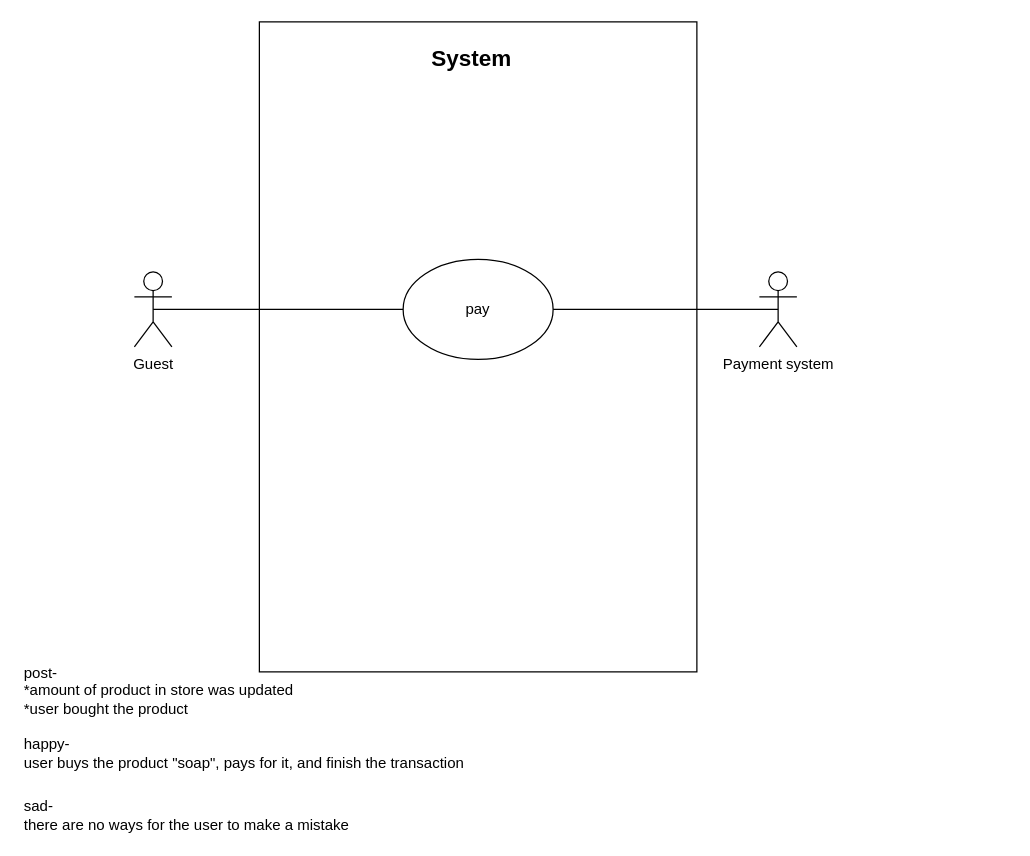
The draw.io diagram page "Immediate purchase" (2 of 5) of use cases/use case 2.9.drawio in LevyIfta/Team-19B-Project, before the edit. Source tidied: cells renumbered, new cells numbered last; positions are measured from the earlier drawing's top-left corner, leaving out a move shared by most shapes. Both pictures are drawn from the tidied source at 125%, with x=0, y=0 at pixel (21, 21).
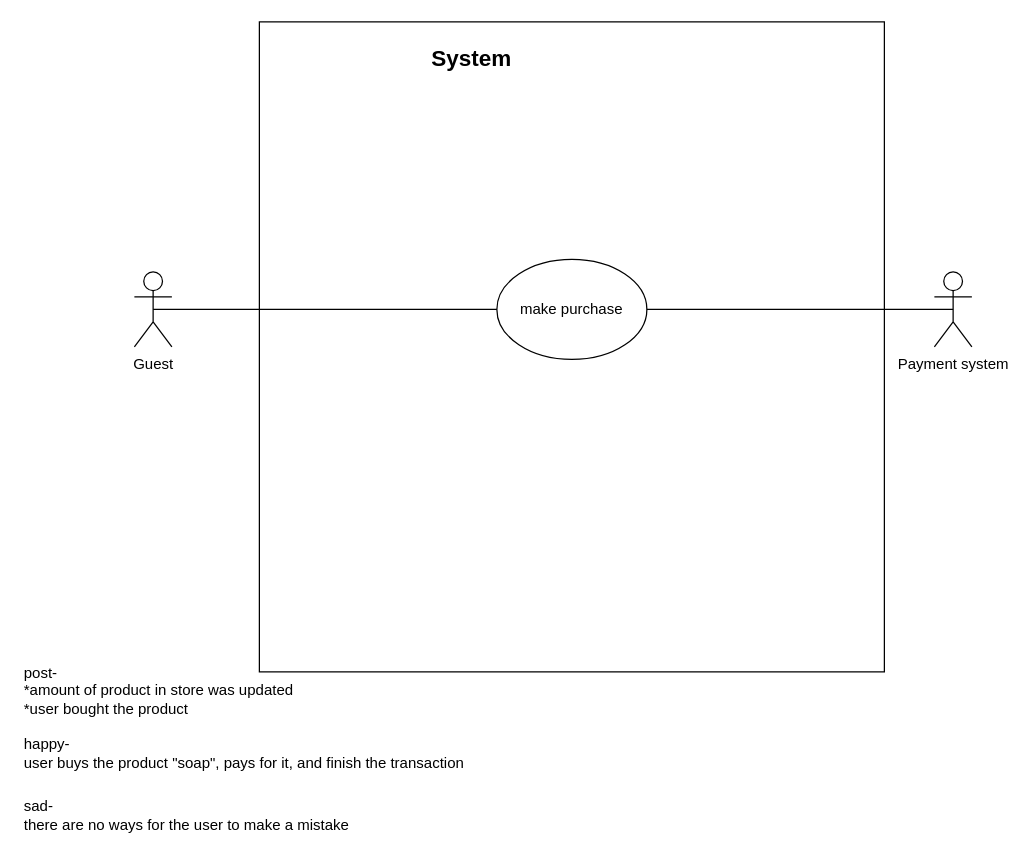
After the change.

The edit, as a diff of the source:
```diff
@@
 <mxGraphModel>
   <root>
     <mxCell id="0" />
     <mxCell id="1" parent="0" />
     <mxCell id="2" style="rounded=0;whiteSpace=wrap;html=1;" parent="1" vertex="1">
-      <mxGeometry x="190" width="350" height="520" as="geometry" />
+      <mxGeometry x="190" width="500" height="520" as="geometry" />
     </mxCell>
     <mxCell id="3" value="&lt;font style=&quot;font-size: 18px&quot;&gt;&lt;b&gt;System&lt;/b&gt;&lt;/font&gt;" style="text;html=1;strokeColor=none;fillColor=none;align=center;verticalAlign=middle;whiteSpace=wrap;rounded=0;" parent="1" vertex="1">
       <mxGeometry x="340" y="20" width="40" height="20" as="geometry" />
     </mxCell>
     <mxCell id="4" value="Guest" style="shape=umlActor;verticalLabelPosition=bottom;verticalAlign=top;html=1;outlineConnect=0;" parent="1" vertex="1">
       <mxGeometry x="90" y="200" width="30" height="60" as="geometry" />
     </mxCell>
-    <mxCell id="5" value="pay" style="ellipse;whiteSpace=wrap;html=1;" parent="1" vertex="1">
-      <mxGeometry x="305" y="190" width="120" height="80" as="geometry" />
+    <mxCell id="5" value="make purchase" style="ellipse;whiteSpace=wrap;html=1;" parent="1" vertex="1">
+      <mxGeometry x="380" y="190" width="120" height="80" as="geometry" />
     </mxCell>
     <mxCell id="6" style="endArrow=none;html=1;strokeWidth=1;exitX=0.5;exitY=0.5;exitDx=0;exitDy=0;exitPerimeter=0;entryX=0;entryY=0.5;entryDx=0;entryDy=0;" parent="1" edge="1" source="4" target="5">
       <mxGeometry relative="1" as="geometry" />
     </mxCell>
     <mxCell id="7" value="Payment system" style="shape=umlActor;verticalLabelPosition=bottom;verticalAlign=top;html=1;outlineConnect=0;" parent="1" vertex="1">
-      <mxGeometry x="590" y="200" width="30" height="60" as="geometry" />
+      <mxGeometry x="730" y="200" width="30" height="60" as="geometry" />
     </mxCell>
     <mxCell id="8" style="endArrow=none;html=1;strokeWidth=1;exitX=0.5;exitY=0.5;exitDx=0;exitDy=0;exitPerimeter=0;entryX=1;entryY=0.5;entryDx=0;entryDy=0;" parent="1" edge="1" source="7" target="5">
       <mxGeometry relative="1" as="geometry" />
     </mxCell>
     <mxCell id="9" value="post-&lt;br&gt;*amount of product in store was updated&lt;br&gt;*user bought the product" style="text;html=1;strokeColor=none;fillColor=none;align=left;verticalAlign=middle;whiteSpace=wrap;rounded=0;" parent="1" vertex="1">
       <mxGeometry y="525" width="620" height="20" as="geometry" />
     </mxCell>
     <mxCell id="10" value="happy-&lt;br&gt;user buys the product &quot;soap&quot;, pays for it, and finish the transaction" style="text;html=1;align=left;verticalAlign=middle;strokeColor=none;" parent="1" vertex="1">
       <mxGeometry y="570" width="370" height="30" as="geometry" />
     </mxCell>
     <mxCell id="11" value="sad-&lt;br&gt;there are no ways for the user to make a mistake" style="text;html=1;align=left;verticalAlign=middle;strokeColor=none;" parent="1" vertex="1">
       <mxGeometry y="620" width="280" height="30" as="geometry" />
     </mxCell>
   </root>
 </mxGraphModel>
```
